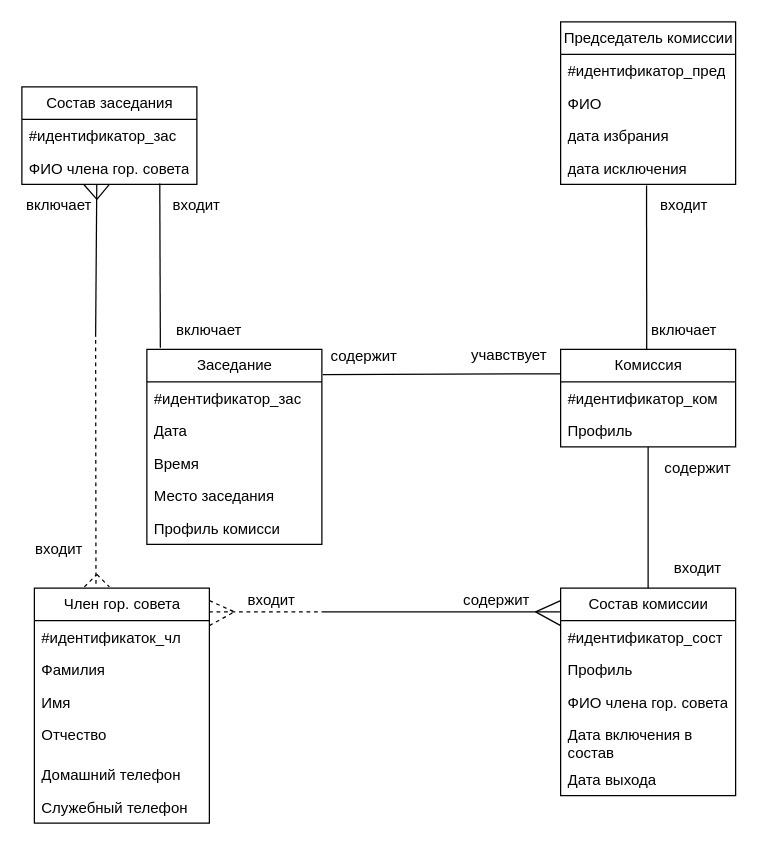
Before: Инфологическая модель БД.drawio in hiff0/db-city-council, a draw.io diagram. Source tidied: cells renumbered, new cells numbered last; positions are measured from the earlier drawing's top-left corner, leaving out a move shared by most shapes. Both pictures are drawn from the tidied source at 125%, with x=0, y=0 at pixel (21, 21).
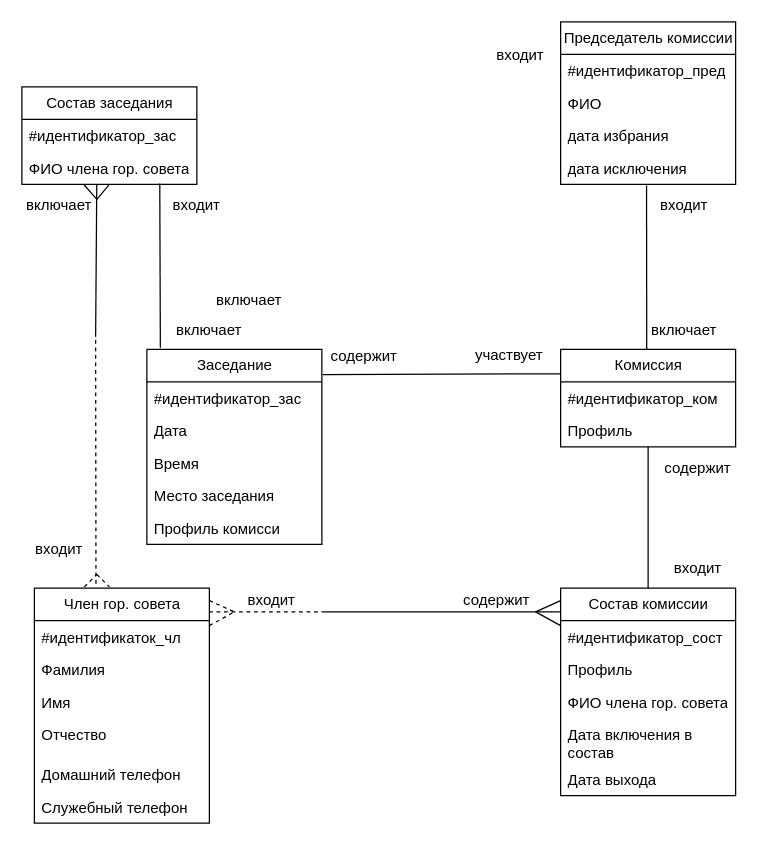
After the change.

The edit, as a diff of the source:
```diff
@@
-    <mxCell id="44" value="учавствует" style="text;html=1;strokeColor=none;fillColor=none;align=center;verticalAlign=middle;whiteSpace=wrap;rounded=0;" parent="1" vertex="1">
+    <mxCell id="44" value="участвует" style="text;html=1;strokeColor=none;fillColor=none;align=center;verticalAlign=middle;whiteSpace=wrap;rounded=0;" parent="1" vertex="1">
       <mxGeometry x="360" y="262" width="60" height="10" as="geometry" />
     </mxCell>
@@
+    <mxCell id="60" value="входит" style="text;html=1;strokeColor=none;fillColor=none;align=center;verticalAlign=middle;whiteSpace=wrap;rounded=0;" parent="1" vertex="1">
+      <mxGeometry x="369" y="22" width="60" height="10" as="geometry" />
+    </mxCell>
+    <mxCell id="61" value="включает" style="text;html=1;strokeColor=none;fillColor=none;align=center;verticalAlign=middle;whiteSpace=wrap;rounded=0;" parent="1" vertex="1">
+      <mxGeometry x="152" y="218" width="60" height="10" as="geometry" />
+    </mxCell>
```
